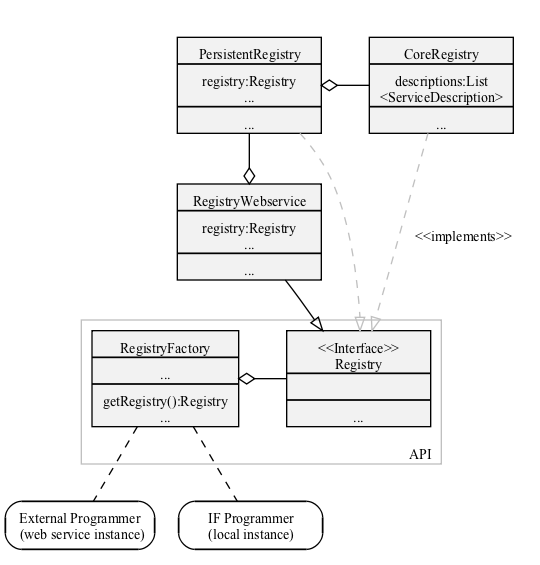
Before: IF/registry/doc/ServiceDescriptionRegistry.png, a diagram exported from Graphviz (opf-labs/planets-suite). Its source is kept beside it as IF/registry/doc/ServiceDescriptionRegistry.dot. Source of this version:
```dot
/* Graphviz diagram for the Planets Service Registry classes */

digraph registry {
  node[shape=record style=filled,fillcolor=grey95 width=1.5]
  edge[]
  Core[label = "{CoreRegistry|descriptions:List\n\<ServiceDescription\>|...}"]
  WS[label = "{RegistryWebservice|registry:Registry\n...|...}"]
  Persistent[label = "{PersistentRegistry|registry:Registry\n...|...}"]
  ServiceRegistry[label = "{\<\<Interface\>\>\nRegistry||...}"]
  Factory[label = "{RegistryFactory|...|getRegistry():Registry\n...}"]
  NonIfProgrammer[label = "External Programmer\n (web service instance)" style=rounded]
  IfProgrammer[label = "IF Programmer\n(local instance)" style=rounded]

  subgraph cluster_internal{
    color=white

    Persistent->WS[arrowhead=odiamond ]
    Persistent->Core[arrowhead=none arrowtail=odiamond constraint=false]
  }

  subgraph cluster_public{
    labeljust=r
    labelloc=b
    color=grey
    label="API"
    Core->ServiceRegistry[arrowhead=empty style=dashed color=gray label=" \<\<implements\>\>"]
    Persistent->ServiceRegistry[arrowhead=empty style=dashed color=gray]
    WS->ServiceRegistry[arrowhead=empty]
    Factory->ServiceRegistry[arrowtail=odiamond arrowhead=none constraint=false]

  }
  Factory->NonIfProgrammer[arrowhead=none style=dashed]
  Factory->IfProgrammer[arrowhead=none style=dashed]
}
```
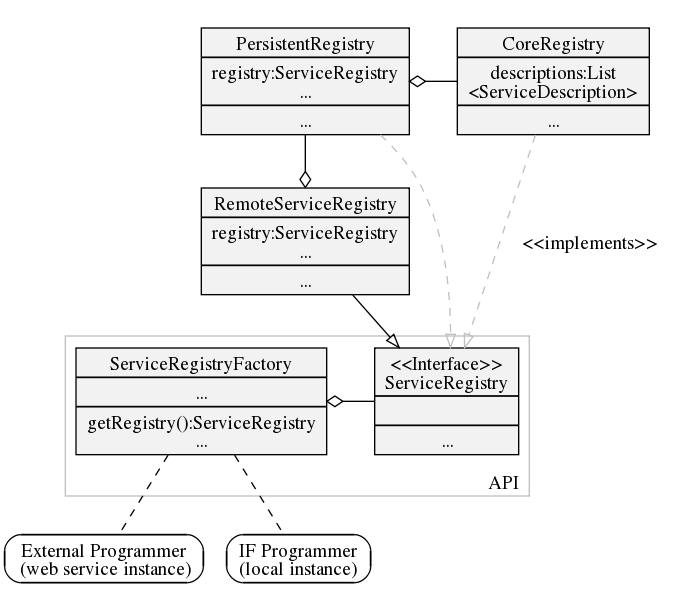
The same diagram one commit later.

The edit, as a diff of the source:
```diff
@@ -4,10 +4,10 @@
   node[shape=record style=filled,fillcolor=grey95 width=1.5]
   edge[]
   Core[label = "{CoreRegistry|descriptions:List\n\<ServiceDescription\>|...}"]
-  WS[label = "{RegistryWebservice|registry:Registry\n...|...}"]
-  Persistent[label = "{PersistentRegistry|registry:Registry\n...|...}"]
-  ServiceRegistry[label = "{\<\<Interface\>\>\nRegistry||...}"]
-  Factory[label = "{RegistryFactory|...|getRegistry():Registry\n...}"]
+  WS[label = "{RemoteServiceRegistry|registry:ServiceRegistry\n...|...}"]
+  Persistent[label = "{PersistentRegistry|registry:ServiceRegistry\n...|...}"]
+  ServiceRegistry[label = "{\<\<Interface\>\>\nServiceRegistry||...}"]
+  Factory[label = "{ServiceRegistryFactory|...|getRegistry():ServiceRegistry\n...}"]
   NonIfProgrammer[label = "External Programmer\n (web service instance)" style=rounded]
   IfProgrammer[label = "IF Programmer\n(local instance)" style=rounded]
 
```
